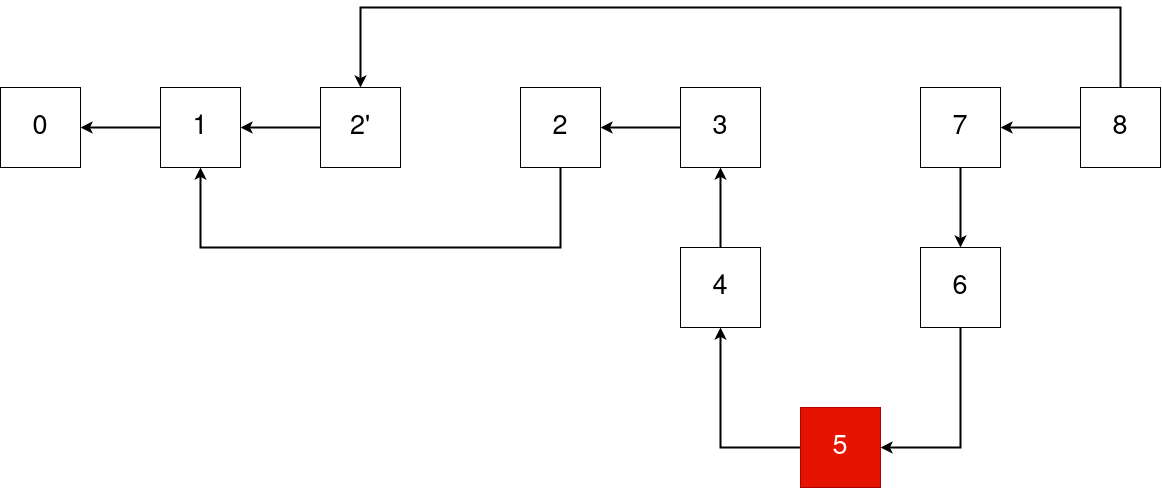
Earlier version of the draw.io export thesis/images/DAG_usage.png (sdaveas/nipopow-verifier). Source tidied: cells renumbered, new cells last; positions are measured from the earlier drawing's top-left corner, leaving out a move shared by most shapes.
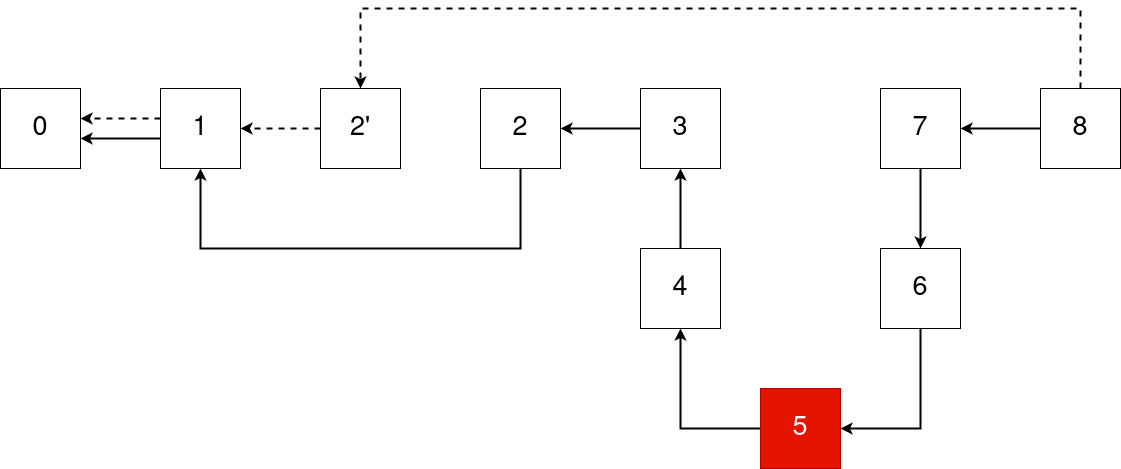
Above is the later version.

Change to the diagram source:
```diff
@@ -5,31 +5,36 @@
     <mxCell id="2" style="edgeStyle=orthogonalEdgeStyle;rounded=0;jettySize=auto;html=1;targetPerimeterSpacing=0;strokeWidth=2;fontSize=27;" parent="1" edge="1" source="4" target="11">
       <mxGeometry relative="1" as="geometry" />
     </mxCell>
-    <mxCell id="3" style="edgeStyle=orthogonalEdgeStyle;rounded=0;jettySize=auto;html=1;targetPerimeterSpacing=0;strokeWidth=2;fontSize=27;" parent="1" edge="1" source="4" target="6">
+    <mxCell id="3" style="edgeStyle=orthogonalEdgeStyle;rounded=0;jettySize=auto;html=1;targetPerimeterSpacing=0;strokeWidth=2;fontSize=27;dashed=1;" parent="1" edge="1" source="4" target="6">
       <mxGeometry relative="1" as="geometry">
         <Array as="points">
           <mxPoint x="1120" />
-          <mxPoint x="360" />
+          <mxPoint x="400" />
         </Array>
       </mxGeometry>
     </mxCell>
     <mxCell id="4" value="8" style="rounded=0;whiteSpace=wrap;html=1;fontSize=27;" parent="1" vertex="1">
       <mxGeometry x="1080" y="80" width="80" height="80" as="geometry" />
     </mxCell>
-    <mxCell id="5" style="edgeStyle=orthogonalEdgeStyle;rounded=0;jettySize=auto;html=1;targetPerimeterSpacing=0;strokeWidth=2;fontSize=27;" parent="1" edge="1" source="6" target="8">
+    <mxCell id="5" style="edgeStyle=orthogonalEdgeStyle;rounded=0;jettySize=auto;html=1;targetPerimeterSpacing=0;strokeWidth=2;fontSize=27;dashed=1;" parent="1" edge="1" source="6" target="8">
       <mxGeometry relative="1" as="geometry" />
     </mxCell>
     <mxCell id="6" value="2'" style="rounded=0;whiteSpace=wrap;html=1;fontSize=27;" parent="1" vertex="1">
-      <mxGeometry x="320" y="80" width="80" height="80" as="geometry" />
+      <mxGeometry x="360" y="80" width="80" height="80" as="geometry" />
     </mxCell>
-    <mxCell id="7" style="edgeStyle=orthogonalEdgeStyle;rounded=0;jettySize=auto;html=1;targetPerimeterSpacing=0;strokeWidth=2;fontSize=27;" parent="1" edge="1" source="8" target="9">
-      <mxGeometry relative="1" as="geometry" />
+    <mxCell id="7" style="edgeStyle=orthogonalEdgeStyle;rounded=0;jettySize=auto;html=1;targetPerimeterSpacing=0;strokeWidth=2;fontSize=27;dashed=1;" parent="1" edge="1" source="8" target="9">
+      <mxGeometry relative="1" as="geometry">
+        <Array as="points">
+          <mxPoint x="170" y="110" />
+          <mxPoint x="170" y="110" />
+        </Array>
+      </mxGeometry>
     </mxCell>
     <mxCell id="8" value="1" style="rounded=0;whiteSpace=wrap;html=1;fontSize=27;" parent="1" vertex="1">
-      <mxGeometry x="160" y="80" width="80" height="80" as="geometry" />
+      <mxGeometry x="200" y="80" width="80" height="80" as="geometry" />
     </mxCell>
     <mxCell id="9" value="0" style="rounded=0;whiteSpace=wrap;html=1;fontSize=27;" parent="1" vertex="1">
-      <mxGeometry y="80" width="80" height="80" as="geometry" />
+      <mxGeometry x="40" y="80" width="80" height="80" as="geometry" />
     </mxCell>
     <mxCell id="10" style="edgeStyle=orthogonalEdgeStyle;rounded=0;jettySize=auto;html=1;targetPerimeterSpacing=0;strokeWidth=2;fontSize=27;" parent="1" edge="1" source="11" target="13">
       <mxGeometry relative="1" as="geometry" />
@@ -40,7 +45,7 @@
     <mxCell id="12" style="edgeStyle=orthogonalEdgeStyle;rounded=0;jettySize=auto;html=1;targetPerimeterSpacing=0;strokeWidth=2;fontSize=27;" parent="1" edge="1" source="13" target="15">
       <mxGeometry relative="1" as="geometry">
         <Array as="points">
-          <mxPoint x="960" y="440" />
+          <mxPoint x="960" y="420" />
         </Array>
       </mxGeometry>
     </mxCell>
@@ -51,7 +56,7 @@
       <mxGeometry relative="1" as="geometry" />
     </mxCell>
     <mxCell id="15" value="5" style="rounded=0;whiteSpace=wrap;html=1;fontSize=27;fillColor=#e51400;strokeColor=#B20000;fontColor=#ffffff;" parent="1" vertex="1">
-      <mxGeometry x="800" y="400" width="80" height="80" as="geometry" />
+      <mxGeometry x="800" y="380" width="80" height="80" as="geometry" />
     </mxCell>
     <mxCell id="16" style="edgeStyle=orthogonalEdgeStyle;rounded=0;jettySize=auto;html=1;targetPerimeterSpacing=0;strokeWidth=2;fontSize=27;" parent="1" edge="1" source="17" target="19">
       <mxGeometry relative="1" as="geometry" />
@@ -69,12 +74,22 @@
       <mxGeometry relative="1" as="geometry">
         <Array as="points">
           <mxPoint x="560" y="240" />
-          <mxPoint x="200" y="240" />
+          <mxPoint x="240" y="240" />
         </Array>
       </mxGeometry>
     </mxCell>
     <mxCell id="21" value="2" style="rounded=0;whiteSpace=wrap;html=1;fontSize=27;" parent="1" vertex="1">
       <mxGeometry x="520" y="80" width="80" height="80" as="geometry" />
     </mxCell>
+    <mxCell id="22" style="edgeStyle=orthogonalEdgeStyle;rounded=0;orthogonalLoop=1;jettySize=auto;html=1;targetPerimeterSpacing=0;strokeWidth=2;fontSize=27;" parent="1" edge="1">
+      <mxGeometry relative="1" as="geometry">
+        <mxPoint x="200" y="130" as="sourcePoint" />
+        <mxPoint x="120" y="130" as="targetPoint" />
+        <Array as="points">
+          <mxPoint x="170" y="130" />
+          <mxPoint x="170" y="130" />
+        </Array>
+      </mxGeometry>
+    </mxCell>
   </root>
 </mxGraphModel>
```
